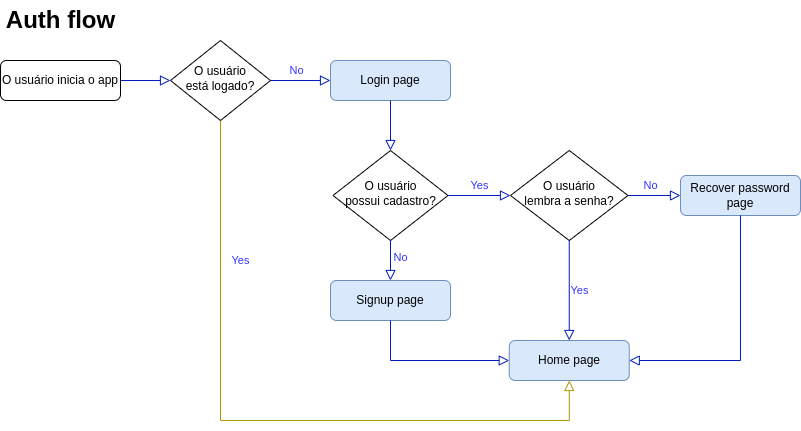
The draw.io diagram extra/flowchart.drawio.png in jbrenorv/ifchat, before a commit. Source tidied: cells renumbered, new cells last; positions are measured from the earlier drawing's top-left corner, leaving out a move shared by most shapes.
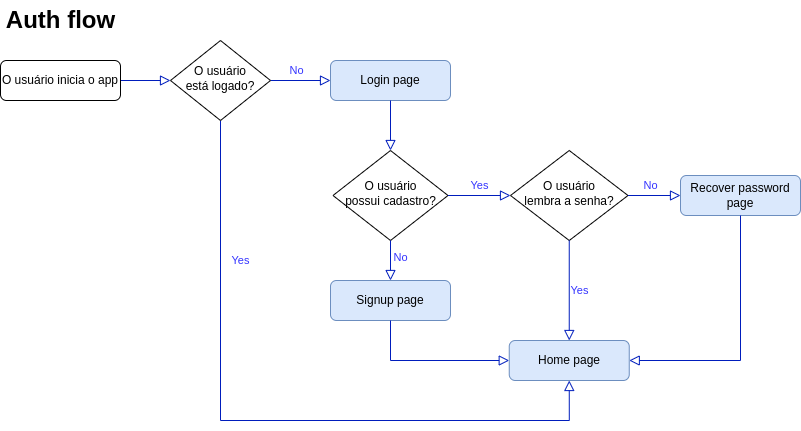
The same file after the commit.

The edit, as a diff of the source:
```diff
@@ -14,7 +14,7 @@
     <mxCell id="5" value="No" style="rounded=0;html=1;jettySize=auto;fontSize=11;endArrow=block;endFill=0;endSize=8;strokeWidth=1;shadow=0;labelBackgroundColor=none;edgeStyle=orthogonalEdgeStyle;exitX=1;exitY=0.5;exitDx=0;exitDy=0;entryX=0;entryY=0.5;entryDx=0;entryDy=0;fillColor=#0050ef;strokeColor=#001DBC;fontColor=#3333FF;" parent="1" edge="1" source="7" target="8">
       <mxGeometry x="-0.14" y="10" relative="1" as="geometry" />
     </mxCell>
-    <mxCell id="6" value="Yes" style="edgeStyle=orthogonalEdgeStyle;rounded=0;html=1;jettySize=auto;fontSize=11;endArrow=block;endFill=0;endSize=8;strokeWidth=1;shadow=0;labelBackgroundColor=none;exitX=0.5;exitY=1;exitDx=0;exitDy=0;entryX=0.5;entryY=1;entryDx=0;entryDy=0;fillColor=#e3c800;strokeColor=#B09500;fontColor=#3333FF;" parent="1" edge="1" source="7" target="4">
+    <mxCell id="6" value="Yes" style="edgeStyle=orthogonalEdgeStyle;rounded=0;html=1;jettySize=auto;fontSize=11;endArrow=block;endFill=0;endSize=8;strokeWidth=1;shadow=0;labelBackgroundColor=none;exitX=0.5;exitY=1;exitDx=0;exitDy=0;entryX=0.5;entryY=1;entryDx=0;entryDy=0;fillColor=#0050ef;strokeColor=#001DBC;fontColor=#3333FF;" parent="1" edge="1" source="7" target="4">
       <mxGeometry x="-0.59" y="20" relative="1" as="geometry">
         <Array as="points">
           <mxPoint x="220" y="420" />
```
